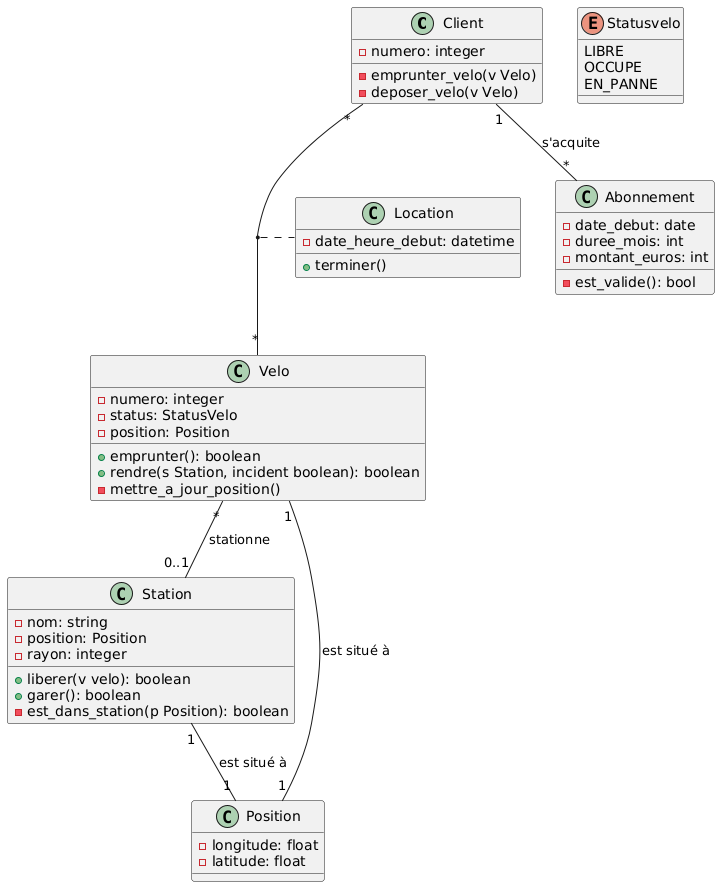
ClementDelgrange/Cours_analyse_informatique keeps this PlantUML diagram as img/exo_uml/velidescartes_classes.png. Above is the earlier version. Its diagram source:
```plantuml
@startuml
class Client{
    -numero: integer
    -emprunter_velo(v Velo)
    -deposer_velo(v Velo)
}
class Abonnement{
    -date_debut: date
    -duree_mois: int
    -montant_euros: int
    -est_valide(): bool
}
class Station{
    -nom: string
    -position: Position
    -rayon: integer
    +liberer(v velo): boolean
    +garer(): boolean
    -est_dans_station(p Position): boolean
}
class Velo{
    -numero: integer
    -status: StatusVelo
    -position: Position
    +emprunter(): boolean
    +rendre(s Station, incident boolean): boolean
    -mettre_a_jour_position()
}
class Location{
    -date_heure_debut: datetime
    +terminer()
}
class Position {
    -longitude: float
    -latitude: float
}

enum Statusvelo {
LIBRE
OCCUPE
EN_PANNE
}

Client "1" -- "*" Abonnement: s'acquite
Client "*" -- "*" Velo
Velo "*" -- "0..1" Station: stationne
(Client,Velo) .. Location
Velo "1" -- "1" Position: est situé à
Station "1" -- "1" Position: est situé à
@enduml
```
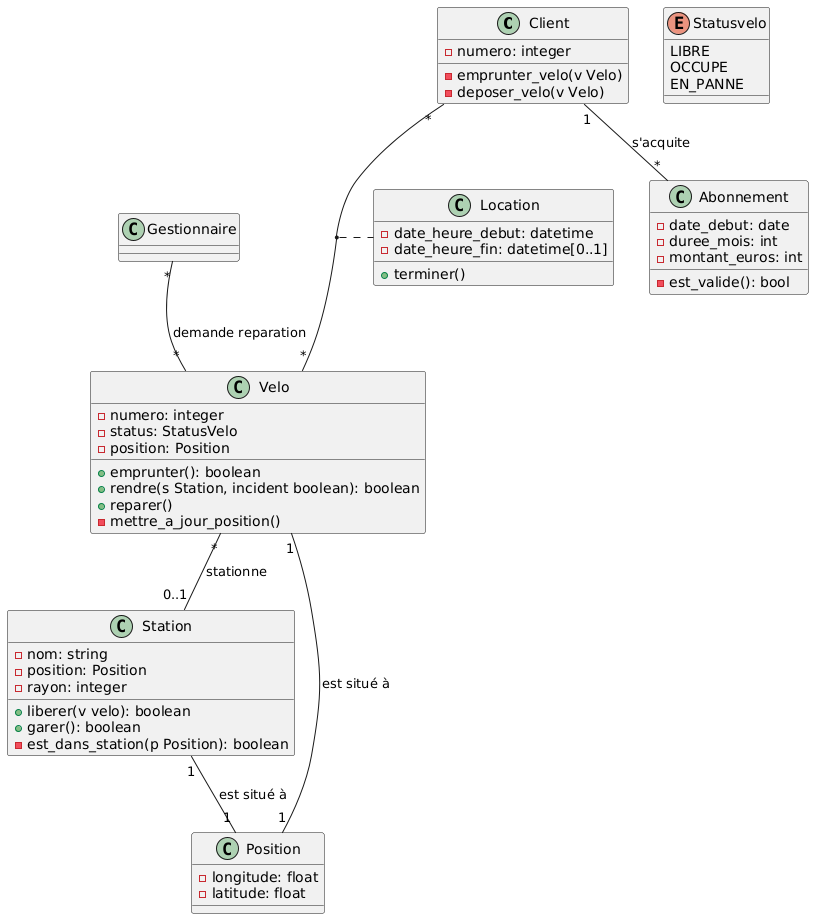
The same file after the commit.

Change to the diagram source:
```diff
@@ -24,15 +24,19 @@
     -position: Position
     +emprunter(): boolean
     +rendre(s Station, incident boolean): boolean
+    +reparer()
     -mettre_a_jour_position()
 }
 class Location{
     -date_heure_debut: datetime
+    -date_heure_fin: datetime[0..1]
     +terminer()
 }
 class Position {
     -longitude: float
     -latitude: float
+}
+class Gestionnaire {
 }
 
 enum Statusvelo {
@@ -47,4 +51,5 @@
 (Client,Velo) .. Location
 Velo "1" -- "1" Position: est situé à
 Station "1" -- "1" Position: est situé à
+Gestionnaire "*" -- "*" Velo: demande reparation
 @enduml
```
